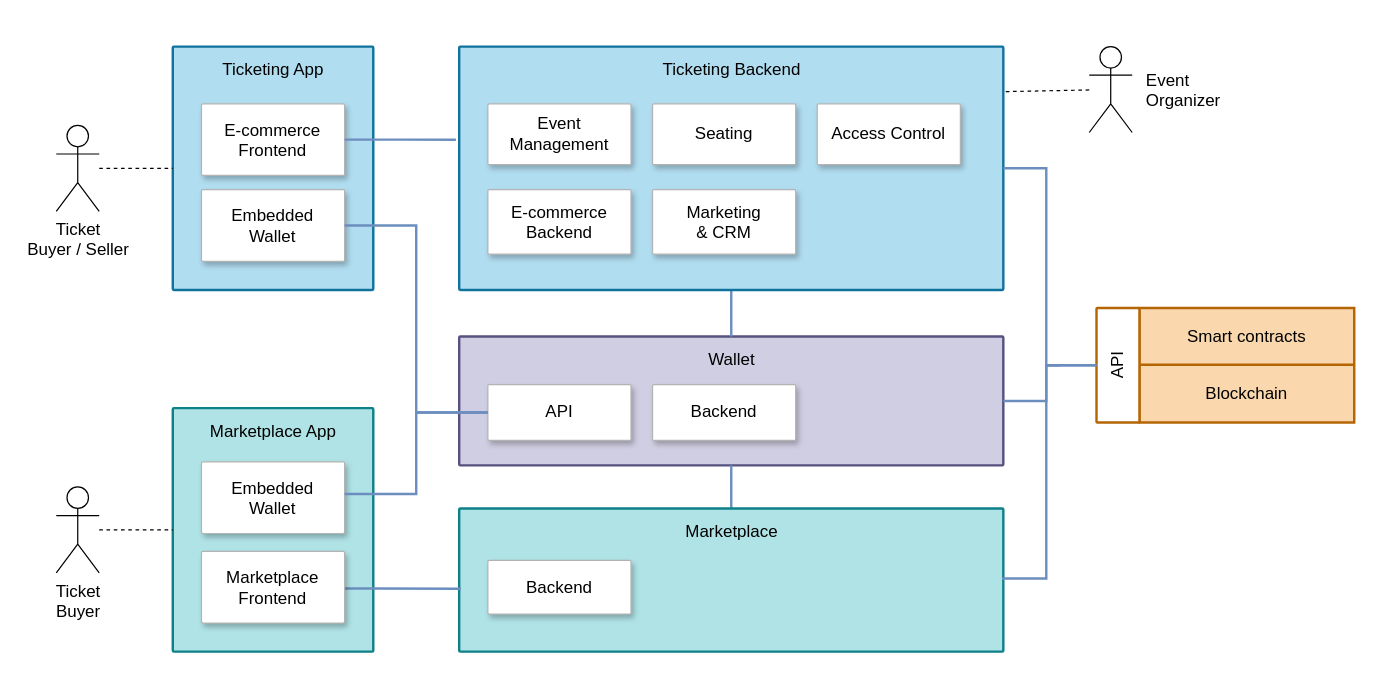
Before: system-architecture.drawio in cutepetric/TIXchange, a draw.io diagram. Source tidied: cells renumbered, new cells numbered last; positions are measured from the earlier drawing's top-left corner, leaving out a move shared by most shapes. Both pictures are drawn from the tidied source at 121%, with x=0, y=0 at pixel (56, 46).
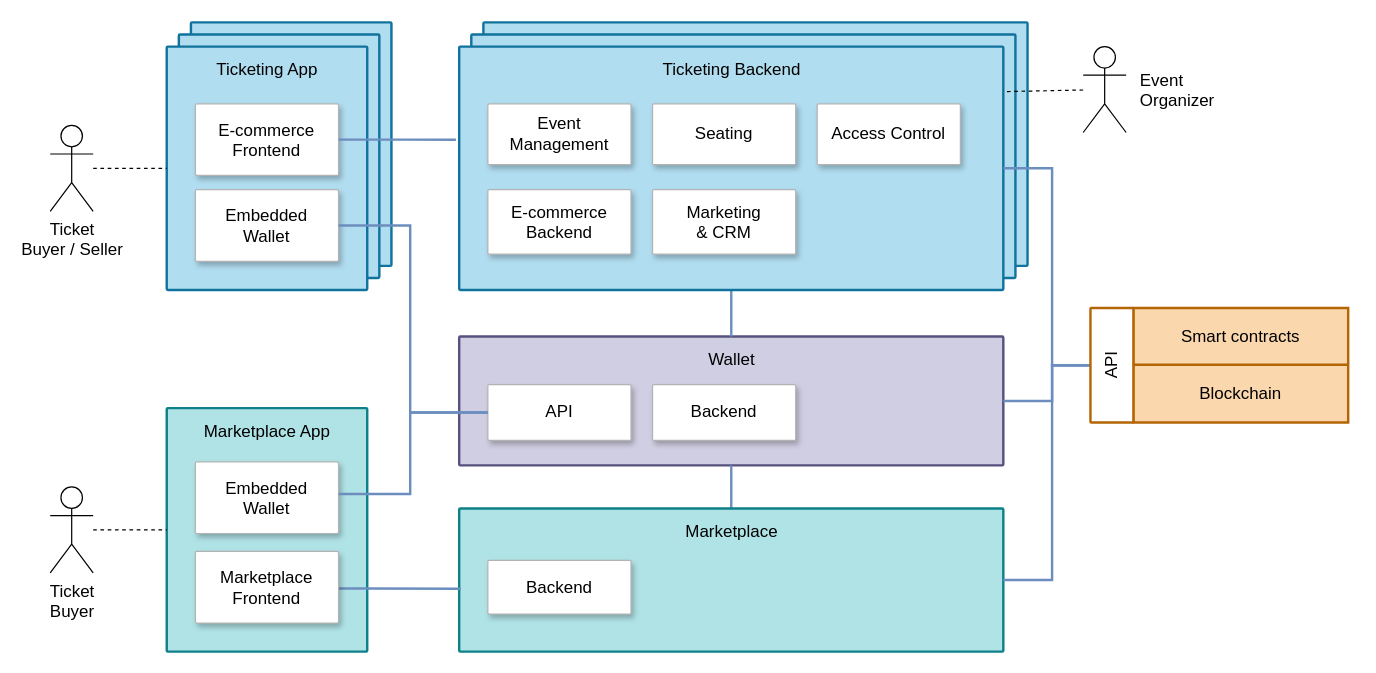
After the change.

The change refers to these unchanged cells:
```xml
<mxCell id="2" value="Wallet" style="points=[[0,0,0],[0.25,0,0],[0.5,0,0],[0.75,0,0],[1,0,0],[1,0.25,0],[1,0.5,0],[1,0.75,0],[1,1,0],[0.75,1,0],[0.5,1,0],[0.25,1,0],[0,1,0],[0,0.75,0],[0,0.5,0],[0,0.25,0]];rounded=1;absoluteArcSize=1;arcSize=2;html=1;strokeColor=#56517e;shadow=0;dashed=0;fontSize=14;align=center;verticalAlign=top;spacing=10;spacingTop=-4;fillColor=#d0cee2;strokeWidth=2;" parent="1" vertex="1">
  <mxGeometry x="333" y="239.6" width="449.7" height="106.5" as="geometry" />
</mxCell>
<mxCell id="5" value="Marketplace" style="points=[[0,0,0],[0.25,0,0],[0.5,0,0],[0.75,0,0],[1,0,0],[1,0.25,0],[1,0.5,0],[1,0.75,0],[1,1,0],[0.75,1,0],[0.5,1,0],[0.25,1,0],[0,1,0],[0,0.75,0],[0,0.5,0],[0,0.25,0]];rounded=1;absoluteArcSize=1;arcSize=2;html=1;shadow=0;dashed=0;fontSize=14;align=center;verticalAlign=top;spacing=10;spacingTop=-4;fillColor=#b0e3e6;strokeColor=#0e8088;strokeWidth=2;" parent="1" vertex="1">
  <mxGeometry x="333" y="381.7" width="449.7" height="118.3" as="geometry" />
</mxCell>
<mxCell id="11" value="Ticketing Backend" style="points=[[0,0,0],[0.25,0,0],[0.5,0,0],[0.75,0,0],[1,0,0],[1,0.25,0],[1,0.5,0],[1,0.75,0],[1,1,0],[0.75,1,0],[0.5,1,0],[0.25,1,0],[0,1,0],[0,0.75,0],[0,0.5,0],[0,0.25,0]];rounded=1;absoluteArcSize=1;arcSize=2;html=1;shadow=0;dashed=0;fontSize=14;align=center;verticalAlign=top;spacing=10;spacingTop=-4;fillColor=#b1ddf0;strokeColor=#10739e;strokeWidth=2;" parent="1" vertex="1">
  <mxGeometry x="333" width="449.7" height="201.2" as="geometry" />
</mxCell>
<mxCell id="28" value="API" style="rounded=1;whiteSpace=wrap;html=1;fillColor=#ffffff;shadow=1;fontSize=14;strokeWidth=1;arcSize=2;strokeColor=#B3B3B3;" parent="1" vertex="1">
  <mxGeometry x="356.7" y="279.3" width="118.3" height="46.2" as="geometry" />
</mxCell>
<mxCell id="38" value="API" style="rounded=1;whiteSpace=wrap;html=1;align=center;labelBorderColor=none;rotation=-90;shadow=0;fontSize=14;strokeWidth=2;arcSize=2;strokeColor=#b46504;fillColor=#FFFFFF;" parent="32" vertex="1">
  <mxGeometry x="-29.6" y="29.6" width="94.7" height="35.5" as="geometry" />
</mxCell>
```

What changed in the source:
```diff
@@
+    <mxCell id="41" style="rounded=1;absoluteArcSize=1;arcSize=2;html=1;shadow=0;dashed=0;fontSize=14;align=center;verticalAlign=top;spacing=10;spacingTop=-4;fillColor=#b1ddf0;strokeColor=#10739e;strokeWidth=2;" parent="1" vertex="1">
+      <mxGeometry x="111.3" y="-20" width="165.7" height="201.2" as="geometry" />
+    </mxCell>
+    <mxCell id="42" style="rounded=1;absoluteArcSize=1;arcSize=2;html=1;shadow=0;dashed=0;fontSize=14;align=center;verticalAlign=top;spacing=10;spacingTop=-4;fillColor=#b1ddf0;strokeColor=#10739e;strokeWidth=2;" parent="1" vertex="1">
+      <mxGeometry x="101.3" y="-10" width="165.7" height="201.2" as="geometry" />
+    </mxCell>
+    <mxCell id="43" style="rounded=1;absoluteArcSize=1;arcSize=2;html=1;shadow=0;dashed=0;fontSize=14;align=center;verticalAlign=top;spacing=10;spacingTop=-4;fillColor=#b1ddf0;strokeColor=#10739e;strokeWidth=2;" parent="1" vertex="1">
+      <mxGeometry x="353" y="-20" width="449.7" height="201.2" as="geometry" />
+    </mxCell>
+    <mxCell id="44" style="rounded=1;absoluteArcSize=1;arcSize=2;html=1;shadow=0;dashed=0;fontSize=14;align=center;verticalAlign=top;spacing=10;spacingTop=-4;fillColor=#b1ddf0;strokeColor=#10739e;strokeWidth=2;" parent="1" vertex="1">
+      <mxGeometry x="343" y="-10" width="449.7" height="201.2" as="geometry" />
+    </mxCell>
@@
     <mxCell id="3" value="Marketplace App" style="points=[[0,0,0],[0.25,0,0],[0.5,0,0],[0.75,0,0],[1,0,0],[1,0.25,0],[1,0.5,0],[1,0.75,0],[1,1,0],[0.75,1,0],[0.5,1,0],[0.25,1,0],[0,1,0],[0,0.75,0],[0,0.5,0],[0,0.25,0]];rounded=1;absoluteArcSize=1;arcSize=2;html=1;shadow=0;dashed=0;fontSize=14;align=center;verticalAlign=top;spacing=10;spacingTop=-4;fillColor=#b0e3e6;strokeColor=#0e8088;strokeWidth=2;" parent="1" vertex="1">
-      <mxGeometry x="96.3" y="298.8" width="165.7" height="201.2" as="geometry" />
+      <mxGeometry x="91.3" y="298.8" width="165.7" height="201.2" as="geometry" />
     </mxCell>
     <mxCell id="4" style="edgeStyle=orthogonalEdgeStyle;rounded=0;jettySize=auto;html=1;exitX=0.5;exitY=0;exitDx=0;exitDy=0;exitPerimeter=0;entryX=0.5;entryY=1;entryDx=0;entryDy=0;entryPerimeter=0;endArrow=none;endFill=0;dashed=0;fontSize=12;align=left;strokeColor=#6C8EBF;strokeWidth=2;labelBackgroundColor=none;startFill=1;" parent="1" edge="1" source="5" target="2">
-      <mxGeometry x="40" y="147" as="geometry" />
+      <mxGeometry x="45" y="147" as="geometry" />
     </mxCell>
@@
     <mxCell id="7" value="Ticketing App" style="points=[[0,0,0],[0.25,0,0],[0.5,0,0],[0.75,0,0],[1,0,0],[1,0.25,0],[1,0.5,0],[1,0.75,0],[1,1,0],[0.75,1,0],[0.5,1,0],[0.25,1,0],[0,1,0],[0,0.75,0],[0,0.5,0],[0,0.25,0]];rounded=1;absoluteArcSize=1;arcSize=2;html=1;shadow=0;dashed=0;fontSize=14;align=center;verticalAlign=top;spacing=10;spacingTop=-4;fillColor=#b1ddf0;strokeColor=#10739e;strokeWidth=2;" parent="1" vertex="1">
-      <mxGeometry x="96.3" width="165.7" height="201.2" as="geometry" />
+      <mxGeometry x="91.3" width="165.7" height="201.2" as="geometry" />
     </mxCell>
     <mxCell id="8" value="E-commerce&lt;br style=&quot;font-size: 14px;&quot;&gt;Frontend" style="rounded=1;whiteSpace=wrap;html=1;fillColor=#ffffff;shadow=1;fontSize=14;strokeColor=#B3B3B3;strokeWidth=1;arcSize=2;" parent="1" vertex="1">
-      <mxGeometry x="120" y="47.3" width="118.3" height="59.2" as="geometry" />
+      <mxGeometry x="115" y="47.3" width="118.3" height="59.2" as="geometry" />
     </mxCell>
     <mxCell id="9" value="Embedded&lt;br style=&quot;font-size: 14px;&quot;&gt;Wallet" style="rounded=1;whiteSpace=wrap;html=1;fillColor=#ffffff;shadow=1;fontSize=14;strokeColor=#B3B3B3;strokeWidth=1;arcSize=2;" parent="1" vertex="1">
-      <mxGeometry x="120" y="118.3" width="118.3" height="59.2" as="geometry" />
+      <mxGeometry x="115" y="118.3" width="118.3" height="59.2" as="geometry" />
     </mxCell>
     <mxCell id="10" style="edgeStyle=orthogonalEdgeStyle;rounded=0;jettySize=auto;html=1;exitX=0.5;exitY=1;exitDx=0;exitDy=0;exitPerimeter=0;entryX=0.5;entryY=0;entryDx=0;entryDy=0;entryPerimeter=0;endArrow=none;endFill=0;dashed=0;fontSize=12;align=left;strokeColor=#6C8EBF;strokeWidth=2;labelBackgroundColor=none;startFill=1;" parent="1" edge="1" source="11" target="2">
-      <mxGeometry x="40" y="147" as="geometry" />
+      <mxGeometry x="45" y="147" as="geometry" />
     </mxCell>
@@
     <mxCell id="19" value="Ticket&lt;br&gt;Buyer / Seller" style="shape=umlActor;verticalLabelPosition=bottom;verticalAlign=top;html=1;outlineConnect=0;fontColor=#000000;strokeColor=#000000;fillColor=none;align=center;labelPosition=center;fontSize=14;" parent="1" vertex="1">
-      <mxGeometry y="65.1" width="35.5" height="71" as="geometry" />
+      <mxGeometry x="-5" y="65.1" width="35.5" height="71" as="geometry" />
     </mxCell>
@@
     <mxCell id="21" value="Ticket&lt;br&gt;Buyer" style="shape=umlActor;verticalLabelPosition=bottom;verticalAlign=top;html=1;outlineConnect=0;fontColor=#000000;strokeColor=#000000;fillColor=none;align=center;fontSize=14;" parent="1" vertex="1">
-      <mxGeometry y="363.9" width="35.5" height="71" as="geometry" />
+      <mxGeometry x="-5" y="363.9" width="35.5" height="71" as="geometry" />
     </mxCell>
@@
     <mxCell id="23" value="Event&lt;br&gt;Organizer" style="shape=umlActor;verticalLabelPosition=middle;verticalAlign=middle;html=1;outlineConnect=0;fontColor=#000000;strokeColor=#000000;fillColor=none;align=left;labelPosition=right;fontSize=14;spacingLeft=10;" parent="1" vertex="1">
-      <mxGeometry x="853.7" width="35.5" height="71" as="geometry" />
+      <mxGeometry x="848.7" width="35.5" height="71" as="geometry" />
     </mxCell>
     <mxCell id="24" style="edgeStyle=orthogonalEdgeStyle;rounded=0;jettySize=auto;html=1;entryX=0.003;entryY=0.561;entryDx=0;entryDy=0;entryPerimeter=0;endArrow=none;endFill=0;dashed=0;fontSize=12;align=left;strokeColor=#6C8EBF;strokeWidth=2;labelBackgroundColor=none;startFill=1;" parent="1" edge="1" source="25" target="5">
       <mxGeometry x="40" y="147" as="geometry">
         <Array as="points">
-          <mxPoint x="262" y="447.9" />
-          <mxPoint x="262" y="447.9" />
+          <mxPoint x="257" y="447.9" />
+          <mxPoint x="257" y="447.9" />
         </Array>
       </mxGeometry>
     </mxCell>
     <mxCell id="25" value="Marketplace&lt;br style=&quot;font-size: 14px;&quot;&gt;Frontend" style="rounded=1;whiteSpace=wrap;html=1;fillColor=#ffffff;shadow=1;fontSize=14;strokeColor=#B3B3B3;strokeWidth=1;arcSize=2;" parent="1" vertex="1">
-      <mxGeometry x="120" y="417.2" width="118.3" height="59.2" as="geometry" />
+      <mxGeometry x="115" y="417.2" width="118.3" height="59.2" as="geometry" />
     </mxCell>
     <mxCell id="26" value="Embedded&lt;br style=&quot;font-size: 14px;&quot;&gt;Wallet" style="rounded=1;whiteSpace=wrap;html=1;fillColor=#ffffff;shadow=1;fontSize=14;strokeColor=#B3B3B3;strokeWidth=1;arcSize=2;" parent="1" vertex="1">
-      <mxGeometry x="120" y="343.2" width="118.3" height="59.2" as="geometry" />
+      <mxGeometry x="115" y="343.2" width="118.3" height="59.2" as="geometry" />
     </mxCell>
-    <mxCell id="27" style="edgeStyle=orthogonalEdgeStyle;rounded=0;jettySize=auto;html=1;exitX=1;exitY=0.5;exitDx=0;exitDy=0;exitPerimeter=0;fontColor=#000000;endArrow=none;endFill=0;dashed=0;fontSize=12;align=left;strokeColor=#6C8EBF;strokeWidth=2;labelBackgroundColor=none;startFill=1;" parent="1" edge="1" source="2">
+    <mxCell id="27" style="edgeStyle=orthogonalEdgeStyle;rounded=0;jettySize=auto;html=1;exitX=1;exitY=0.5;exitDx=0;exitDy=0;exitPerimeter=0;fontColor=#000000;endArrow=none;endFill=0;dashed=0;fontSize=12;align=left;strokeColor=#6C8EBF;strokeWidth=2;labelBackgroundColor=none;startFill=1;entryX=0.5;entryY=0;entryDx=0;entryDy=0;" parent="1" edge="1" source="2" target="38">
       <mxGeometry x="40" y="147" as="geometry">
-        <mxPoint x="830.1" y="263.3" as="targetPoint" />
         <Array as="points">
-          <mxPoint x="818.2" y="292.9" />
-          <mxPoint x="818.2" y="263.3" />
+          <mxPoint x="823" y="293" />
+          <mxPoint x="823" y="263" />
         </Array>
       </mxGeometry>
     </mxCell>
@@
     <mxCell id="29" style="edgeStyle=orthogonalEdgeStyle;rounded=0;jettySize=auto;html=1;fontColor=#000000;endArrow=none;endFill=0;dashed=0;fontSize=12;align=left;strokeColor=#6C8EBF;strokeWidth=2;labelBackgroundColor=none;startFill=1;entryX=0;entryY=0.5;entryDx=0;entryDy=0;" parent="1" edge="1" source="9" target="28">
       <mxGeometry x="40" y="147" as="geometry">
         <Array as="points">
-          <mxPoint x="297.5" y="148.5" />
-          <mxPoint x="297.5" y="302.4" />
+          <mxPoint x="292.5" y="148.5" />
+          <mxPoint x="292.5" y="302.4" />
         </Array>
       </mxGeometry>
     </mxCell>
     <mxCell id="30" style="edgeStyle=orthogonalEdgeStyle;rounded=0;jettySize=auto;html=1;entryX=0;entryY=0.5;entryDx=0;entryDy=0;fontColor=#000000;endArrow=none;endFill=0;dashed=0;fontSize=12;align=left;strokeColor=#6C8EBF;strokeWidth=2;labelBackgroundColor=none;startFill=1;" parent="1" edge="1" source="26" target="28">
       <mxGeometry x="40" y="147" as="geometry">
         <Array as="points">
-          <mxPoint x="297.5" y="369.8" />
-          <mxPoint x="297.5" y="302.4" />
+          <mxPoint x="292.5" y="369.8" />
+          <mxPoint x="292.5" y="302.4" />
         </Array>
       </mxGeometry>
     </mxCell>
@@
+    <mxCell id="39" style="edgeStyle=orthogonalEdgeStyle;rounded=0;jettySize=auto;html=1;exitX=1;exitY=0.5;exitDx=0;exitDy=0;exitPerimeter=0;entryX=0.5;entryY=0;entryDx=0;entryDy=0;fontColor=#000000;endArrow=none;endFill=0;dashed=0;fontSize=12;align=left;strokeColor=#6C8EBF;strokeWidth=2;labelBackgroundColor=none;startFill=1;" parent="1" edge="1" source="5" target="38">
+      <mxGeometry x="40" y="147" as="geometry">
+        <Array as="points">
+          <mxPoint x="823" y="441" />
+          <mxPoint x="823" y="263" />
+        </Array>
+      </mxGeometry>
+    </mxCell>
+    <mxCell id="40" style="edgeStyle=orthogonalEdgeStyle;rounded=0;jettySize=auto;html=1;exitX=1;exitY=0.5;exitDx=0;exitDy=0;exitPerimeter=0;entryX=0.5;entryY=0;entryDx=0;entryDy=0;fontColor=#000000;endArrow=none;endFill=0;dashed=0;fontSize=12;align=left;strokeColor=#6C8EBF;strokeWidth=2;labelBackgroundColor=none;startFill=1;" parent="1" edge="1" source="11" target="38">
+      <mxGeometry x="40" y="147" as="geometry">
+        <Array as="points">
+          <mxPoint x="823" y="101" />
+          <mxPoint x="823" y="263" />
+        </Array>
+      </mxGeometry>
+    </mxCell>
     <mxCell id="32" style="group;" parent="1" vertex="1">
-      <mxGeometry x="859.7" y="216" width="213" height="94.7" as="geometry" />
+      <mxGeometry x="854.7" y="216" width="213" height="94.7" as="geometry" />
     </mxCell>
@@
-    <mxCell id="39" style="edgeStyle=orthogonalEdgeStyle;rounded=0;jettySize=auto;html=1;exitX=1;exitY=0.5;exitDx=0;exitDy=0;exitPerimeter=0;entryX=0.5;entryY=0;entryDx=0;entryDy=0;fontColor=#000000;endArrow=none;endFill=0;dashed=0;fontSize=12;align=left;strokeColor=#6C8EBF;strokeWidth=2;labelBackgroundColor=none;startFill=1;" parent="1" edge="1" source="5" target="38">
-      <mxGeometry x="40" y="147" as="geometry">
-        <Array as="points">
-          <mxPoint x="818.2" y="439.6" />
-          <mxPoint x="818.2" y="263.3" />
-        </Array>
-      </mxGeometry>
-    </mxCell>
-    <mxCell id="40" style="edgeStyle=orthogonalEdgeStyle;rounded=0;jettySize=auto;html=1;exitX=1;exitY=0.5;exitDx=0;exitDy=0;exitPerimeter=0;entryX=0.5;entryY=0;entryDx=0;entryDy=0;fontColor=#000000;endArrow=none;endFill=0;dashed=0;fontSize=12;align=left;strokeColor=#6C8EBF;strokeWidth=2;labelBackgroundColor=none;startFill=1;" parent="1" edge="1" source="11" target="38">
-      <mxGeometry x="40" y="147" as="geometry">
-        <Array as="points">
-          <mxPoint x="818.2" y="101.2" />
-          <mxPoint x="818.2" y="263.3" />
-        </Array>
-      </mxGeometry>
-    </mxCell>
```
